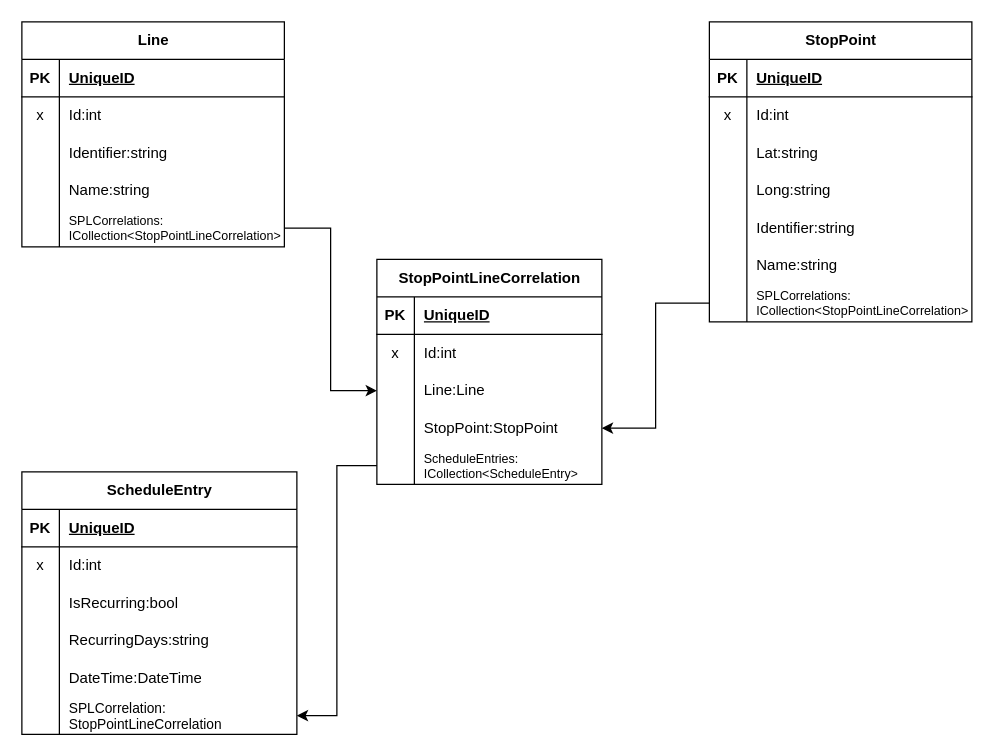
This is PublicTransport.drawio from Noweli/public-transport-api-v2, a draw.io file, before an edit. Source tidied: cells renumbered, new cells numbered last; positions are measured from the earlier drawing's top-left corner, leaving out a move shared by most shapes. Both pictures are drawn from the tidied source at 125%, with x=0, y=0 at pixel (21, 21).
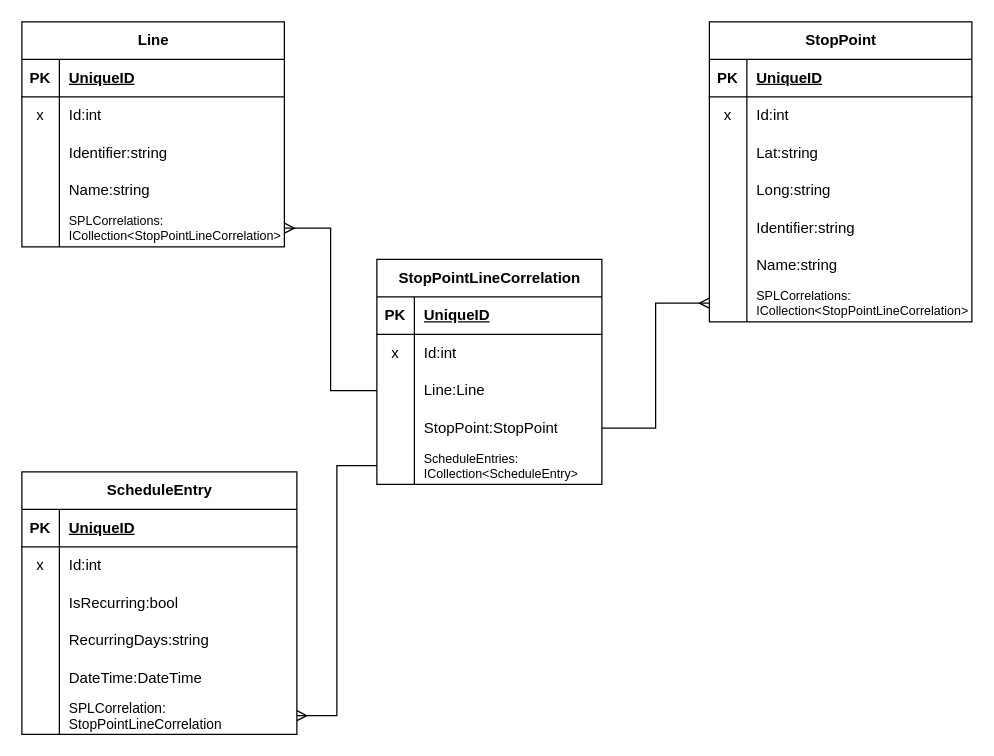
After the change.

Unchanged cells that the change refers to:
```xml
<mxCell id="15" style="shape=tableRow;horizontal=0;startSize=0;swimlaneHead=0;swimlaneBody=0;fillColor=none;points=[[0,0.5],[1,0.5]];portConstraint=eastwest;top=0;left=0;right=0;bottom=0;" parent="2" vertex="1">
  <mxGeometry y="150" width="210" height="30" as="geometry" />
</mxCell>
<mxCell id="37" style="shape=tableRow;horizontal=0;startSize=0;swimlaneHead=0;swimlaneBody=0;fillColor=none;points=[[0,0.5],[1,0.5]];portConstraint=eastwest;top=0;left=0;right=0;bottom=0;" parent="18" vertex="1">
  <mxGeometry y="210" width="210" height="30" as="geometry" />
</mxCell>
<mxCell id="56" style="shape=tableRow;horizontal=0;startSize=0;swimlaneHead=0;swimlaneBody=0;fillColor=none;points=[[0,0.5],[1,0.5]];portConstraint=eastwest;top=0;left=0;right=0;bottom=0;" parent="40" vertex="1">
  <mxGeometry y="180" width="220" height="30" as="geometry" />
</mxCell>
<mxCell id="66" style="shape=tableRow;horizontal=0;startSize=0;swimlaneHead=0;swimlaneBody=0;fillColor=none;points=[[0,0.5],[1,0.5]];portConstraint=eastwest;top=0;left=0;right=0;bottom=0;" parent="59" vertex="1">
  <mxGeometry y="90" width="180" height="30" as="geometry" />
</mxCell>
<mxCell id="69" style="shape=tableRow;horizontal=0;startSize=0;swimlaneHead=0;swimlaneBody=0;fillColor=none;points=[[0,0.5],[1,0.5]];portConstraint=eastwest;top=0;left=0;right=0;bottom=0;" parent="59" vertex="1">
  <mxGeometry y="120" width="180" height="30" as="geometry" />
</mxCell>
<mxCell id="72" style="shape=tableRow;horizontal=0;startSize=0;swimlaneHead=0;swimlaneBody=0;fillColor=none;points=[[0,0.5],[1,0.5]];portConstraint=eastwest;top=0;left=0;right=0;bottom=0;" parent="59" vertex="1">
  <mxGeometry y="150" width="180" height="30" as="geometry" />
</mxCell>
```

Change to the diagram source:
```diff
@@
-    <mxCell id="75" style="edgeStyle=orthogonalEdgeStyle;rounded=0;jettySize=auto;html=1;exitX=1;exitY=0.5;exitDx=0;exitDy=0;" parent="1" edge="1" source="15" target="66">
+    <mxCell id="75" style="edgeStyle=orthogonalEdgeStyle;rounded=0;jettySize=auto;html=1;exitX=1;exitY=0.5;exitDx=0;exitDy=0;startArrow=ERmany;startFill=0;endArrow=none;endFill=0;" parent="1" edge="1" source="15" target="66">
       <mxGeometry relative="1" as="geometry" />
     </mxCell>
-    <mxCell id="76" style="edgeStyle=orthogonalEdgeStyle;rounded=0;jettySize=auto;html=1;exitX=0;exitY=0.5;exitDx=0;exitDy=0;" parent="1" edge="1" source="37" target="69">
+    <mxCell id="76" style="edgeStyle=orthogonalEdgeStyle;rounded=0;jettySize=auto;html=1;exitX=0;exitY=0.5;exitDx=0;exitDy=0;endArrow=none;endFill=0;startArrow=ERmany;startFill=0;" parent="1" edge="1" source="37" target="69">
       <mxGeometry relative="1" as="geometry" />
     </mxCell>
-    <mxCell id="77" style="edgeStyle=orthogonalEdgeStyle;rounded=0;jettySize=auto;html=1;exitX=0;exitY=0.5;exitDx=0;exitDy=0;" parent="1" edge="1" source="72" target="56">
+    <mxCell id="77" style="edgeStyle=orthogonalEdgeStyle;rounded=0;jettySize=auto;html=1;exitX=0;exitY=0.5;exitDx=0;exitDy=0;endArrow=ERmany;endFill=0;" parent="1" edge="1" source="72" target="56">
       <mxGeometry relative="1" as="geometry" />
     </mxCell>
```
